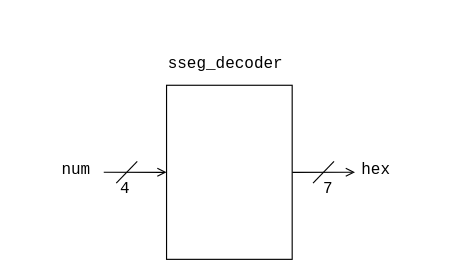
The draw.io diagram src/assets/sseg_decoder.drawio in rikitoro/GE4_EmbeddedSystemsIII_2025, before the edit. Source tidied: cells renumbered, new cells numbered last; positions are measured from the earlier drawing's top-left corner, leaving out a move shared by most shapes. Both pictures are drawn from the tidied source at 114%, with x=0, y=0 at pixel (19, 19).
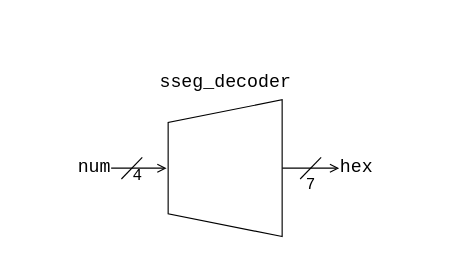
After the change.

What changed in the source:
```diff
@@
 <mxGraphModel>
   <root>
     <mxCell id="0" />
     <mxCell id="1" parent="0" />
     <mxCell id="2" style="group;fontFamily=Lucida Console;fontSize=14;" parent="1" vertex="1">
       <mxGeometry width="360" height="210" as="geometry" />
     </mxCell>
-    <mxCell id="3" style="edgeStyle=none;html=1;exitX=0;exitY=0.5;exitDx=0;exitDy=0;startArrow=open;startFill=0;endArrow=none;endFill=0;fontSize=14;" parent="2" edge="1" source="5">
+    <mxCell id="3" style="edgeStyle=none;html=1;exitX=0;exitY=0.5;exitDx=0;exitDy=0;startArrow=open;startFill=0;endArrow=none;endFill=0;fontSize=14;" parent="2" edge="1">
       <mxGeometry relative="1" as="geometry">
-        <mxPoint x="73.5" y="133.6" as="targetPoint" />
+        <mxPoint x="128.6" y="130" as="sourcePoint" />
+        <mxPoint x="80" y="130" as="targetPoint" />
       </mxGeometry>
     </mxCell>
-    <mxCell id="4" style="edgeStyle=none;html=1;exitX=1;exitY=0.5;exitDx=0;exitDy=0;endArrow=open;endFill=0;fontSize=14;" parent="2" edge="1" source="5">
+    <mxCell id="4" style="edgeStyle=none;html=1;exitX=0.5;exitY=1;exitDx=0;exitDy=0;endArrow=open;endFill=0;fontSize=14;" parent="2" edge="1" source="13">
       <mxGeometry relative="1" as="geometry">
-        <mxPoint x="293.9" y="133.6" as="targetPoint" />
+        <mxPoint x="280" y="130" as="targetPoint" />
       </mxGeometry>
     </mxCell>
-    <mxCell id="5" style="rounded=0;whiteSpace=wrap;html=1;fontSize=14;" parent="2" vertex="1">
-      <mxGeometry x="128.6" y="57.3" width="110.2" height="152.7" as="geometry" />
-    </mxCell>
     <mxCell id="6" style="endArrow=none;html=1;fontSize=14;" parent="2" edge="1">
       <mxGeometry relative="1" as="geometry">
-        <mxPoint x="84.5" y="143.2" as="sourcePoint" />
-        <mxPoint x="102.9" y="124.1" as="targetPoint" />
+        <mxPoint x="89" y="139.5" as="sourcePoint" />
+        <mxPoint x="107.3" y="120.5" as="targetPoint" />
       </mxGeometry>
     </mxCell>
     <mxCell id="7" value="4" style="text;html=1;align=center;verticalAlign=middle;strokeColor=none;fillColor=none;fontFamily=Courier New;fontSize=14;" parent="2" vertex="1">
-      <mxGeometry x="77.3" y="132.6" width="30" height="30" as="geometry" />
+      <mxGeometry x="87.9" y="122" width="30" height="30" as="geometry" />
     </mxCell>
-    <mxCell id="8" value="num" style="text;html=1;align=center;verticalAlign=middle;strokeColor=none;fillColor=none;fontFamily=Courier New;fontSize=14;" parent="2" vertex="1">
-      <mxGeometry x="24.2" y="117.1" width="50" height="30" as="geometry" />
+    <mxCell id="8" value="num" style="text;html=1;align=center;verticalAlign=middle;strokeColor=none;fillColor=none;fontFamily=Courier New;fontSize=16;" parent="2" vertex="1">
+      <mxGeometry x="40" y="115" width="50" height="30" as="geometry" />
     </mxCell>
     <mxCell id="9" style="endArrow=none;html=1;fontSize=14;" parent="2" edge="1">
       <mxGeometry relative="1" as="geometry">
-        <mxPoint x="257.1" y="143.2" as="sourcePoint" />
-        <mxPoint x="275.5" y="124.1" as="targetPoint" />
+        <mxPoint x="245.8" y="139.5" as="sourcePoint" />
+        <mxPoint x="264.2" y="120.5" as="targetPoint" />
       </mxGeometry>
     </mxCell>
     <mxCell id="10" value="7" style="text;html=1;align=center;verticalAlign=middle;strokeColor=none;fillColor=none;fontFamily=Courier New;fontSize=14;" parent="2" vertex="1">
-      <mxGeometry x="255.2" y="132.6" width="30" height="30" as="geometry" />
+      <mxGeometry x="240" y="130" width="30" height="30" as="geometry" />
     </mxCell>
-    <mxCell id="11" value="hex" style="text;html=1;align=center;verticalAlign=middle;strokeColor=none;fillColor=none;fontFamily=Courier New;fontSize=14;" parent="2" vertex="1">
-      <mxGeometry x="287.1" y="117.1" width="50" height="30" as="geometry" />
+    <mxCell id="11" value="hex" style="text;html=1;align=center;verticalAlign=middle;strokeColor=none;fillColor=none;fontFamily=Courier New;fontSize=16;" parent="2" vertex="1">
+      <mxGeometry x="270" y="115" width="50" height="30" as="geometry" />
     </mxCell>
-    <mxCell id="12" value="sseg_decoder" style="text;html=1;align=center;verticalAlign=middle;strokeColor=none;fillColor=none;fontFamily=Courier New;fontSize=14;" parent="2" vertex="1">
-      <mxGeometry x="119.9" y="24.1" width="120" height="30" as="geometry" />
+    <mxCell id="12" value="sseg_decoder" style="text;html=1;align=center;verticalAlign=middle;strokeColor=none;fillColor=none;fontFamily=Courier New;fontSize=16;" parent="2" vertex="1">
+      <mxGeometry x="110" y="40" width="140" height="30" as="geometry" />
     </mxCell>
+    <mxCell id="13" style="shape=trapezoid;perimeter=trapezoidPerimeter;whiteSpace=wrap;html=1;fixedSize=1;rotation=-90;" parent="2" vertex="1">
+      <mxGeometry x="120" y="80" width="120" height="100" as="geometry" />
+    </mxCell>
   </root>
 </mxGraphModel>
```
